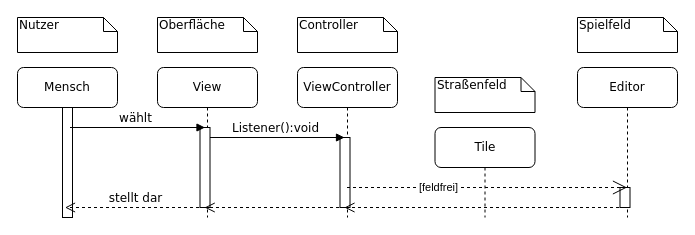
fefuhr/SWT keeps this draw.io diagram as SequenzdiagrammSFplatzieren.drawio. Above is the earlier version. Source tidied: cells renumbered, new cells numbered last; positions are measured from the earlier drawing's top-left corner, leaving out a move shared by most shapes. Both pictures are drawn from the tidied source at 100%, with x=0, y=0 at pixel (17, 17).
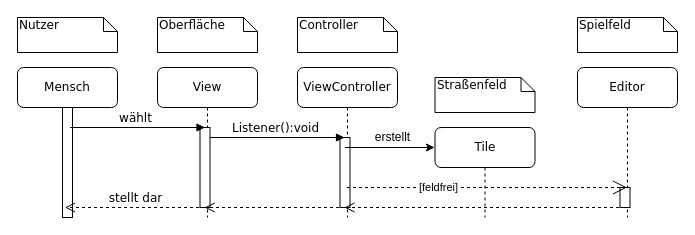
After the change.

Unchanged cells that the change refers to:
```xml
<mxCell id="5" style="html=1;points=[];perimeter=orthogonalPerimeter;rounded=0;shadow=0;comic=0;labelBackgroundColor=none;strokeWidth=1;fontFamily=Verdana;fontSize=12;align=center;" parent="4" vertex="1">
  <mxGeometry x="42.5" y="70" width="10" height="70" as="geometry" />
</mxCell>
```

What changed in the source:
```diff
@@
+    <mxCell id="22" style="edgeStyle=orthogonalEdgeStyle;rounded=0;jettySize=auto;html=1;exitX=0.5;exitY=0.143;exitDx=0;exitDy=0;exitPerimeter=0;" parent="1" edge="1" source="5">
+      <mxGeometry relative="1" as="geometry">
+        <mxPoint x="417" y="130" as="targetPoint" />
+      </mxGeometry>
+    </mxCell>
+    <mxCell id="23" value="erstellt" style="text;html=1;align=center;verticalAlign=middle;" parent="1" vertex="1">
+      <mxGeometry x="350" y="110" width="50" height="20" as="geometry" />
+    </mxCell>
```
